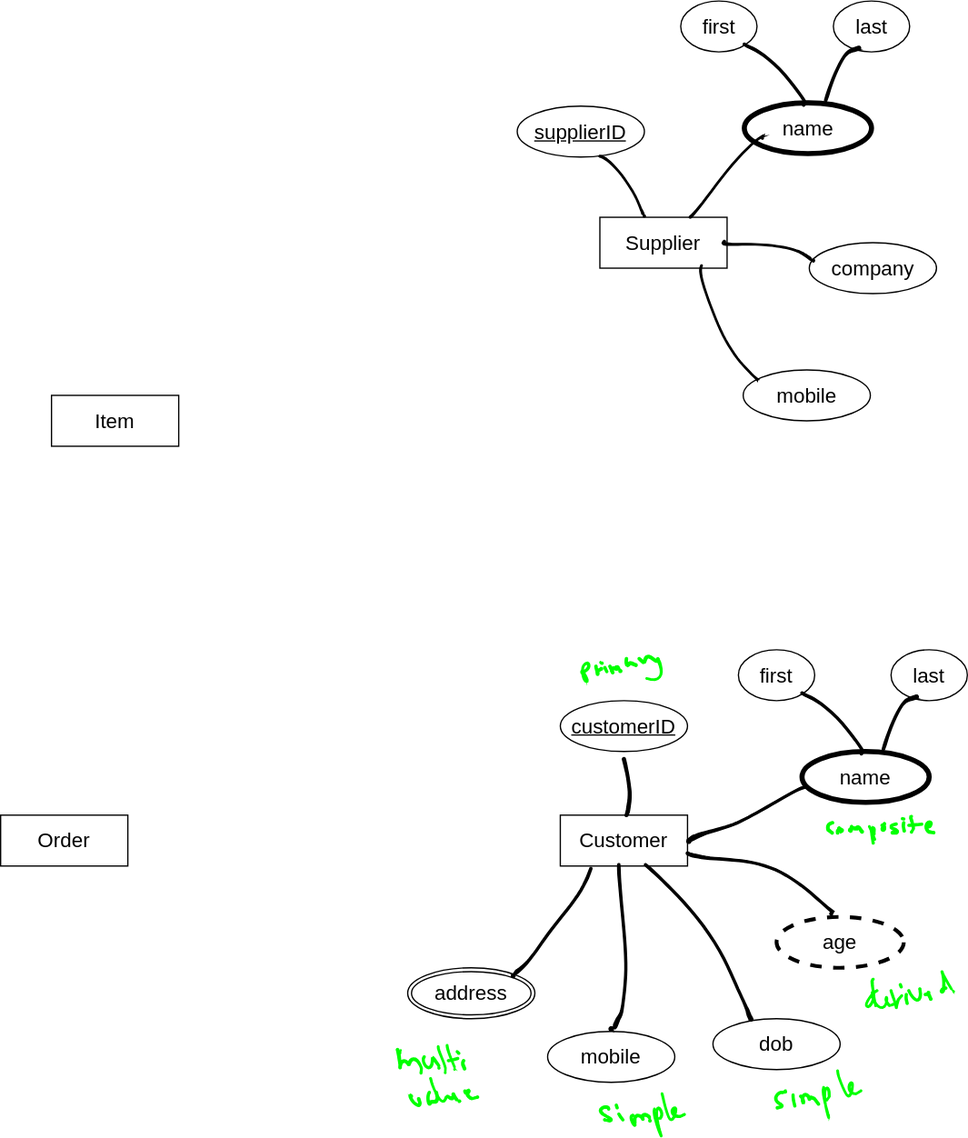
Earlier version of the draw.io export ERD Example.drawio.svg (usupun/Database_Managment_System-tutoril-). Source tidied: cells renumbered, new cells last; positions are measured from the earlier drawing's top-left corner, leaving out a move shared by most shapes.
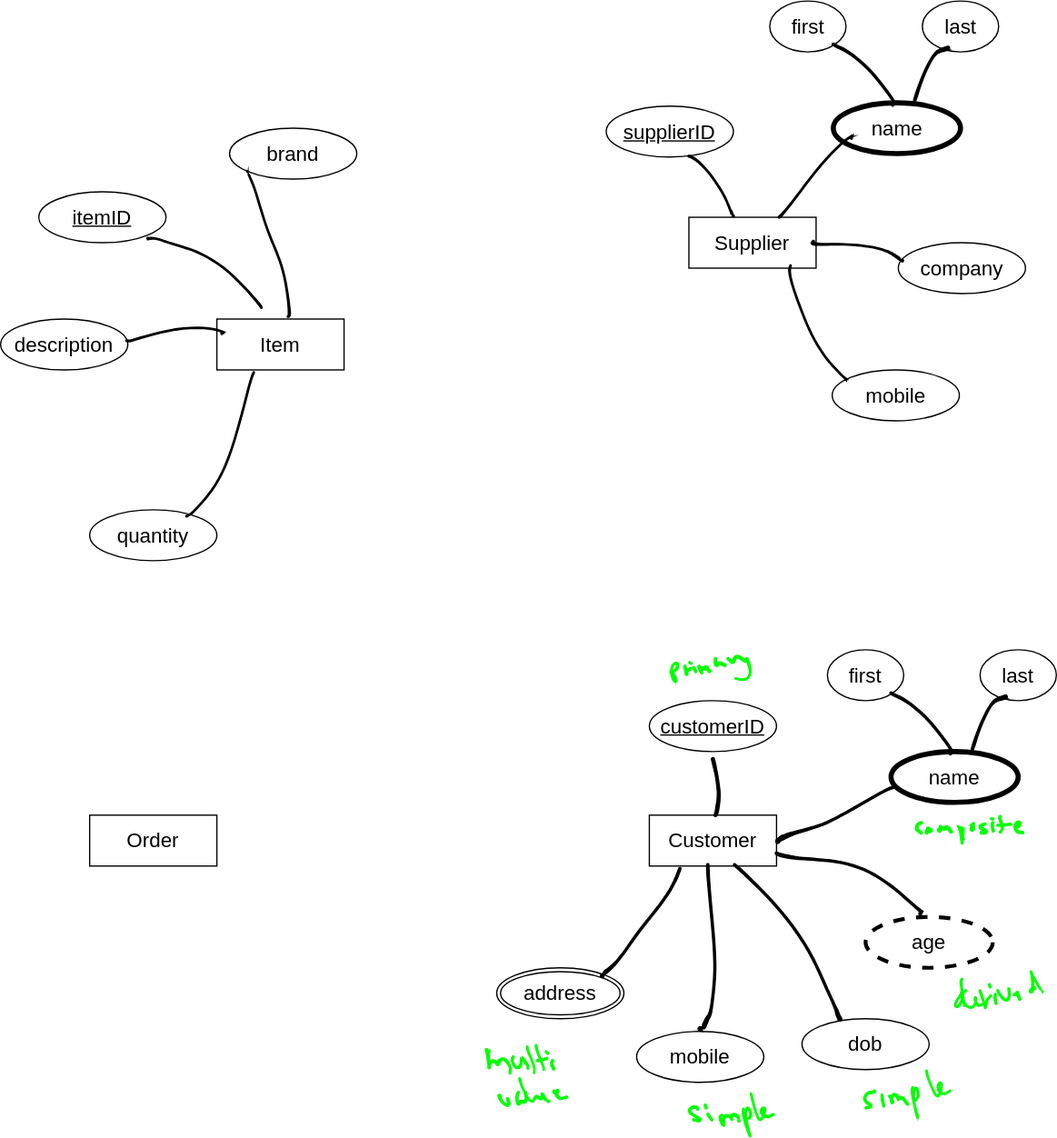
After the commit.

Diff of the diagram source:
```diff
@@ -3,7 +3,7 @@
     <mxCell id="0" />
     <mxCell id="1" parent="0" />
     <mxCell id="2" value="Item" style="whiteSpace=wrap;html=1;align=center;fontSize=16;" parent="1" vertex="1">
-      <mxGeometry x="40" y="310" width="100" height="40" as="geometry" />
+      <mxGeometry x="100" y="250" width="100" height="40" as="geometry" />
     </mxCell>
     <mxCell id="3" value="Supplier" style="whiteSpace=wrap;html=1;align=center;fontSize=16;" parent="1" vertex="1">
       <mxGeometry x="471.1" y="170" width="100" height="40" as="geometry" />
@@ -251,5 +251,29 @@
     <mxCell id="84" style="shape=(stored shape, 1264 characters);lineShape=1;strokeColor=#000000;fontSize=16;" parent="1" vertex="1">
       <mxGeometry x="549.6" y="207.4" width="46.4" height="91.2" as="geometry" />
     </mxCell>
+    <mxCell id="85" value="itemID" style="ellipse;whiteSpace=wrap;html=1;align=center;fontStyle=4;fontSize=16;" parent="1" vertex="1">
+      <mxGeometry x="-40" y="150" width="100" height="40" as="geometry" />
+    </mxCell>
+    <mxCell id="86" value="brand" style="ellipse;whiteSpace=wrap;html=1;align=center;fontSize=16;" parent="1" vertex="1">
+      <mxGeometry x="110" y="100" width="100" height="40" as="geometry" />
+    </mxCell>
+    <mxCell id="87" value="description" style="ellipse;whiteSpace=wrap;html=1;align=center;fontSize=16;" parent="1" vertex="1">
+      <mxGeometry x="-70" y="250" width="100" height="40" as="geometry" />
+    </mxCell>
+    <mxCell id="88" value="quantity" style="ellipse;whiteSpace=wrap;html=1;align=center;fontSize=16;" parent="1" vertex="1">
+      <mxGeometry y="400" width="100" height="40" as="geometry" />
+    </mxCell>
+    <mxCell id="89" style="shape=(stored shape, 1192 characters);lineShape=1;strokeColor=#000000;fontSize=16;" parent="1" vertex="1">
+      <mxGeometry x="123.4" y="133.5" width="34.4" height="115.2" as="geometry" />
+    </mxCell>
+    <mxCell id="90" style="shape=(stored shape, 1208 characters);lineShape=1;strokeColor=#000000;fontSize=16;" parent="1" vertex="1">
+      <mxGeometry x="44.9" y="185.8" width="90.7" height="55.8" as="geometry" />
+    </mxCell>
+    <mxCell id="91" style="shape=(stored shape, 1044 characters);lineShape=1;strokeColor=#000000;fontSize=16;" parent="1" vertex="1">
+      <mxGeometry x="28.4" y="256.4" width="78" height="11.5" as="geometry" />
+    </mxCell>
+    <mxCell id="92" style="shape=(stored shape, 1092 characters);lineShape=1;strokeColor=#000000;fontSize=16;" parent="1" vertex="1">
+      <mxGeometry x="75.6" y="291.4" width="54" height="114.2" as="geometry" />
+    </mxCell>
   </root>
 </mxGraphModel>
```
